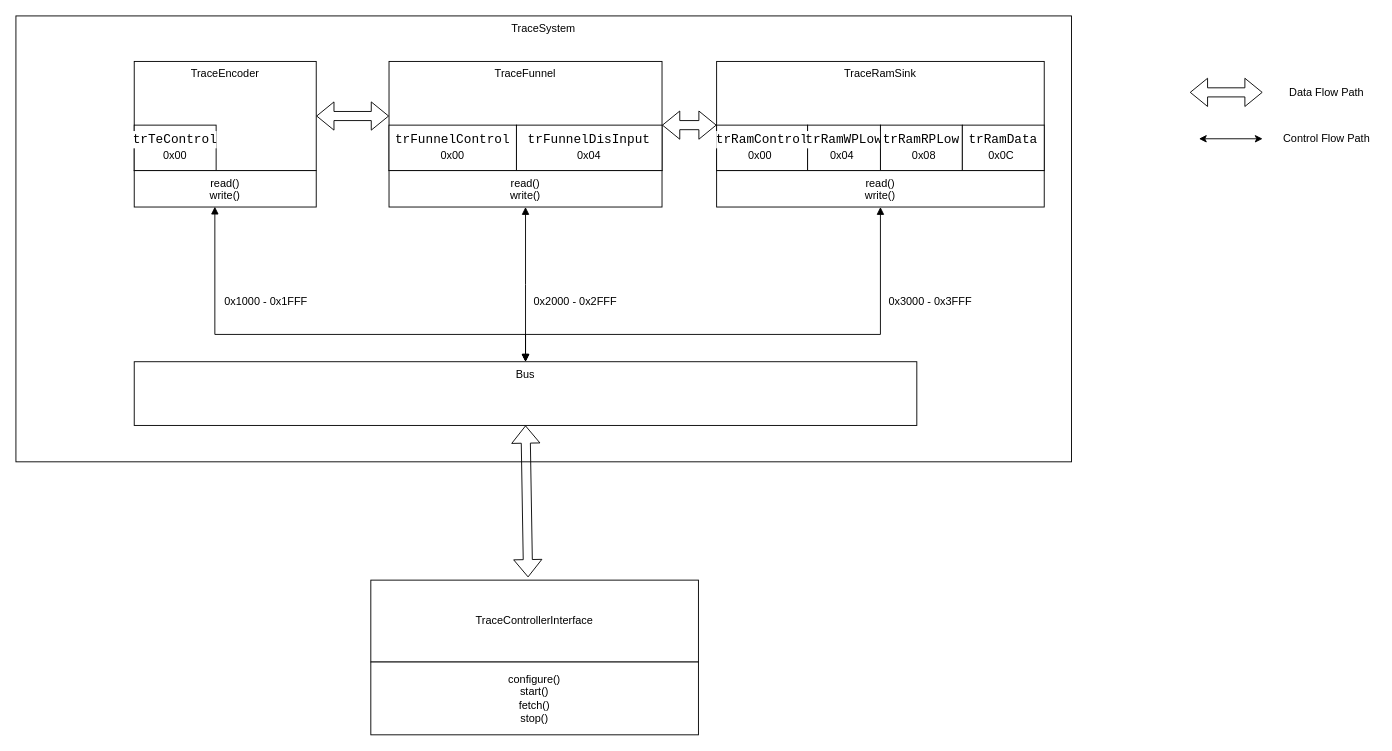
The draw.io diagram riscv_tci_block_diagram.drawio in deepakravibabu/riscv_trace_control_interface, before the edit. Source tidied: cells renumbered, new cells numbered last; positions are measured from the earlier drawing's top-left corner, leaving out a move shared by most shapes. Both pictures are drawn from the tidied source at 91%, with x=0, y=0 at pixel (15, 15).
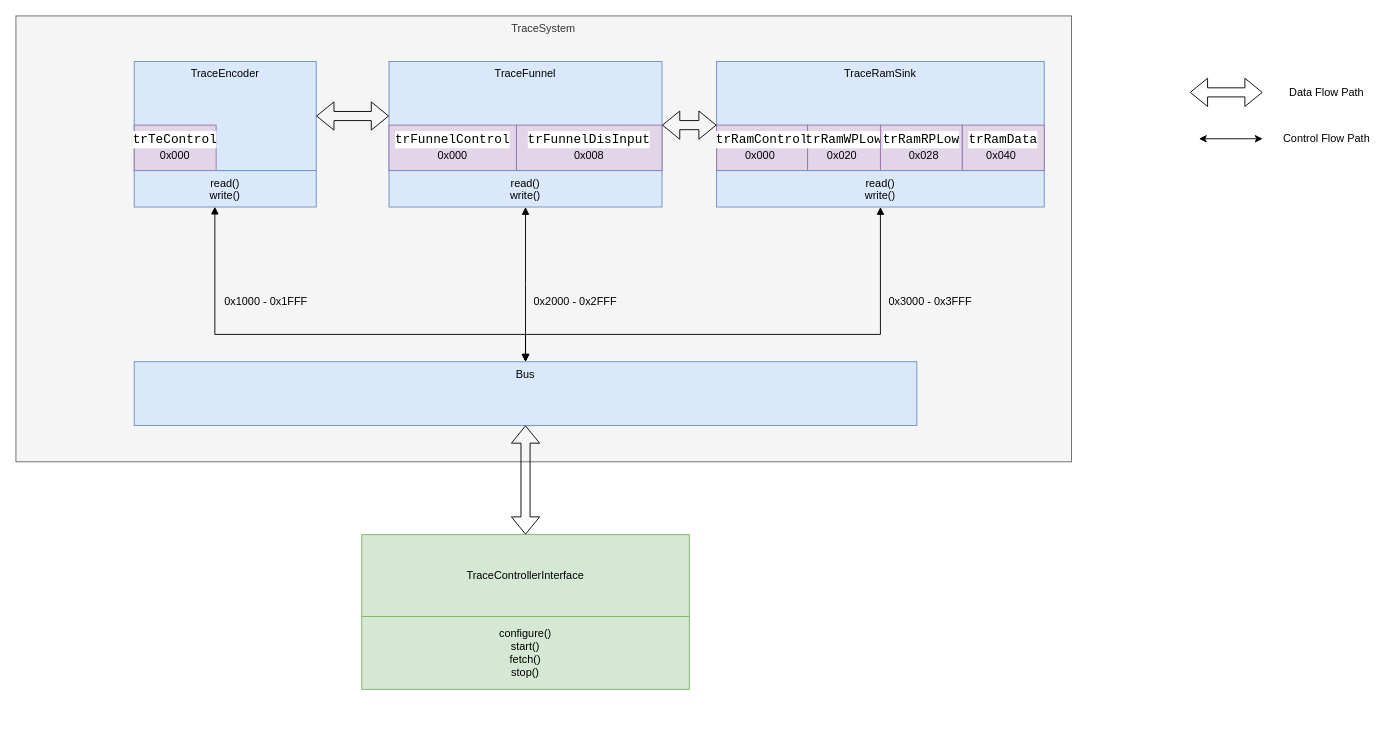
Above is the later version.

Change to the diagram source:
```diff
@@
-    <mxCell id="2" value="TraceSystem" style="rounded=0;whiteSpace=wrap;html=1;align=center;verticalAlign=top;" parent="1" vertex="1">
+    <mxCell id="2" value="TraceSystem" style="rounded=0;whiteSpace=wrap;html=1;align=center;verticalAlign=top;fillColor=#f5f5f5;strokeColor=#666666;fontColor=#333333;" parent="1" vertex="1">
       <mxGeometry width="1160" height="490" as="geometry" />
     </mxCell>
-    <mxCell id="3" value="TraceEncoder" style="rounded=0;whiteSpace=wrap;html=1;verticalAlign=top;" parent="1" vertex="1">
+    <mxCell id="3" value="TraceEncoder" style="rounded=0;whiteSpace=wrap;html=1;verticalAlign=top;fillColor=#dae8fc;strokeColor=#6c8ebf;" parent="1" vertex="1">
       <mxGeometry x="130" y="50" width="200" height="120" as="geometry" />
     </mxCell>
-    <mxCell id="4" value="&lt;div style=&quot;background-color: rgb(255, 255, 255); font-family: Consolas, &amp;quot;Courier New&amp;quot;, monospace; font-size: 14px; line-height: 19px;&quot;&gt;trTeControl&lt;/div&gt;" style="rounded=0;whiteSpace=wrap;html=1;verticalAlign=top;" parent="1" vertex="1">
+    <mxCell id="4" value="&lt;div style=&quot;background-color: rgb(255, 255, 255); font-family: Consolas, &amp;quot;Courier New&amp;quot;, monospace; font-size: 14px; line-height: 19px;&quot;&gt;trTeControl&lt;/div&gt;" style="rounded=0;whiteSpace=wrap;html=1;verticalAlign=top;fillColor=#e1d5e7;strokeColor=#9673a6;" parent="1" vertex="1">
       <mxGeometry x="130" y="120" width="90" height="50" as="geometry" />
     </mxCell>
-    <mxCell id="5" value="TraceFunnel" style="rounded=0;whiteSpace=wrap;html=1;verticalAlign=top;" parent="1" vertex="1">
+    <mxCell id="5" value="TraceFunnel" style="rounded=0;whiteSpace=wrap;html=1;verticalAlign=top;fillColor=#dae8fc;strokeColor=#6c8ebf;" parent="1" vertex="1">
       <mxGeometry x="410" y="50" width="300" height="120" as="geometry" />
     </mxCell>
-    <mxCell id="6" value="&lt;div style=&quot;background-color: rgb(255, 255, 255); font-family: Consolas, &amp;quot;Courier New&amp;quot;, monospace; font-size: 14px; line-height: 19px;&quot;&gt;&lt;div style=&quot;line-height: 19px;&quot;&gt;trFunnelControl&lt;/div&gt;&lt;/div&gt;" style="rounded=0;whiteSpace=wrap;html=1;verticalAlign=top;" parent="1" vertex="1">
+    <mxCell id="6" value="&lt;div style=&quot;background-color: rgb(255, 255, 255); font-family: Consolas, &amp;quot;Courier New&amp;quot;, monospace; font-size: 14px; line-height: 19px;&quot;&gt;&lt;div style=&quot;line-height: 19px;&quot;&gt;trFunnelControl&lt;/div&gt;&lt;/div&gt;" style="rounded=0;whiteSpace=wrap;html=1;verticalAlign=top;fillColor=#e1d5e7;strokeColor=#9673a6;" parent="1" vertex="1">
       <mxGeometry x="410" y="120" width="140" height="50" as="geometry" />
     </mxCell>
-    <mxCell id="7" value="&lt;div style=&quot;background-color: rgb(255, 255, 255); font-family: Consolas, &amp;quot;Courier New&amp;quot;, monospace; font-size: 14px; line-height: 19px;&quot;&gt;&lt;div style=&quot;line-height: 19px;&quot;&gt;&lt;span style=&quot;text-align: left;&quot;&gt;trFunnelDisInput&lt;/span&gt;&lt;br&gt;&lt;/div&gt;&lt;/div&gt;" style="rounded=0;whiteSpace=wrap;html=1;verticalAlign=top;" parent="1" vertex="1">
+    <mxCell id="7" value="&lt;div style=&quot;background-color: rgb(255, 255, 255); font-family: Consolas, &amp;quot;Courier New&amp;quot;, monospace; font-size: 14px; line-height: 19px;&quot;&gt;&lt;div style=&quot;line-height: 19px;&quot;&gt;&lt;span style=&quot;text-align: left;&quot;&gt;trFunnelDisInput&lt;/span&gt;&lt;br&gt;&lt;/div&gt;&lt;/div&gt;" style="rounded=0;whiteSpace=wrap;html=1;verticalAlign=top;fillColor=#e1d5e7;strokeColor=#9673a6;" parent="1" vertex="1">
       <mxGeometry x="550" y="120" width="160" height="50" as="geometry" />
     </mxCell>
-    <mxCell id="8" value="TraceRamSink" style="rounded=0;whiteSpace=wrap;html=1;verticalAlign=top;" parent="1" vertex="1">
+    <mxCell id="8" value="TraceRamSink" style="rounded=0;whiteSpace=wrap;html=1;verticalAlign=top;fillColor=#dae8fc;strokeColor=#6c8ebf;" parent="1" vertex="1">
       <mxGeometry x="770" y="50" width="360" height="120" as="geometry" />
     </mxCell>
-    <mxCell id="9" value="&lt;div style=&quot;background-color: rgb(255, 255, 255); font-family: Consolas, &amp;quot;Courier New&amp;quot;, monospace; font-size: 14px; line-height: 19px;&quot;&gt;&lt;div style=&quot;line-height: 19px;&quot;&gt;&lt;div style=&quot;line-height: 19px;&quot;&gt;trRamControl&lt;/div&gt;&lt;/div&gt;&lt;/div&gt;" style="rounded=0;whiteSpace=wrap;html=1;verticalAlign=top;" parent="1" vertex="1">
+    <mxCell id="9" value="&lt;div style=&quot;background-color: rgb(255, 255, 255); font-family: Consolas, &amp;quot;Courier New&amp;quot;, monospace; font-size: 14px; line-height: 19px;&quot;&gt;&lt;div style=&quot;line-height: 19px;&quot;&gt;&lt;div style=&quot;line-height: 19px;&quot;&gt;trRamControl&lt;/div&gt;&lt;/div&gt;&lt;/div&gt;" style="rounded=0;whiteSpace=wrap;html=1;verticalAlign=top;fillColor=#e1d5e7;strokeColor=#9673a6;" parent="1" vertex="1">
       <mxGeometry x="770" y="120" width="100" height="50" as="geometry" />
     </mxCell>
-    <mxCell id="10" value="&lt;div style=&quot;background-color: rgb(255, 255, 255); font-family: Consolas, &amp;quot;Courier New&amp;quot;, monospace; font-size: 14px; line-height: 19px;&quot;&gt;&lt;div style=&quot;line-height: 19px;&quot;&gt;&lt;div style=&quot;line-height: 19px;&quot;&gt;trRamWPLow&lt;/div&gt;&lt;/div&gt;&lt;/div&gt;" style="rounded=0;whiteSpace=wrap;html=1;verticalAlign=top;" parent="1" vertex="1">
+    <mxCell id="10" value="&lt;div style=&quot;background-color: rgb(255, 255, 255); font-family: Consolas, &amp;quot;Courier New&amp;quot;, monospace; font-size: 14px; line-height: 19px;&quot;&gt;&lt;div style=&quot;line-height: 19px;&quot;&gt;&lt;div style=&quot;line-height: 19px;&quot;&gt;trRamWPLow&lt;/div&gt;&lt;/div&gt;&lt;/div&gt;" style="rounded=0;whiteSpace=wrap;html=1;verticalAlign=top;fillColor=#e1d5e7;strokeColor=#9673a6;" parent="1" vertex="1">
       <mxGeometry x="870" y="120" width="80" height="50" as="geometry" />
     </mxCell>
-    <mxCell id="11" value="&lt;div style=&quot;background-color: rgb(255, 255, 255); font-family: Consolas, &amp;quot;Courier New&amp;quot;, monospace; font-size: 14px; line-height: 19px;&quot;&gt;&lt;div style=&quot;line-height: 19px;&quot;&gt;&lt;div style=&quot;line-height: 19px;&quot;&gt;&lt;div style=&quot;line-height: 19px;&quot;&gt;trRamRPLow&lt;/div&gt;&lt;/div&gt;&lt;/div&gt;&lt;/div&gt;" style="rounded=0;whiteSpace=wrap;html=1;verticalAlign=top;" parent="1" vertex="1">
+    <mxCell id="11" value="&lt;div style=&quot;background-color: rgb(255, 255, 255); font-family: Consolas, &amp;quot;Courier New&amp;quot;, monospace; font-size: 14px; line-height: 19px;&quot;&gt;&lt;div style=&quot;line-height: 19px;&quot;&gt;&lt;div style=&quot;line-height: 19px;&quot;&gt;&lt;div style=&quot;line-height: 19px;&quot;&gt;trRamRPLow&lt;/div&gt;&lt;/div&gt;&lt;/div&gt;&lt;/div&gt;" style="rounded=0;whiteSpace=wrap;html=1;verticalAlign=top;fillColor=#e1d5e7;strokeColor=#9673a6;" parent="1" vertex="1">
       <mxGeometry x="950" y="120" width="90" height="50" as="geometry" />
     </mxCell>
-    <mxCell id="12" value="&lt;div style=&quot;background-color: rgb(255, 255, 255); font-family: Consolas, &amp;quot;Courier New&amp;quot;, monospace; font-size: 14px; line-height: 19px;&quot;&gt;&lt;div style=&quot;line-height: 19px;&quot;&gt;&lt;div style=&quot;line-height: 19px;&quot;&gt;&lt;div style=&quot;line-height: 19px;&quot;&gt;&lt;div style=&quot;line-height: 19px;&quot;&gt;trRamData&lt;/div&gt;&lt;/div&gt;&lt;/div&gt;&lt;/div&gt;&lt;/div&gt;" style="rounded=0;whiteSpace=wrap;html=1;verticalAlign=top;" parent="1" vertex="1">
+    <mxCell id="12" value="&lt;div style=&quot;background-color: rgb(255, 255, 255); font-family: Consolas, &amp;quot;Courier New&amp;quot;, monospace; font-size: 14px; line-height: 19px;&quot;&gt;&lt;div style=&quot;line-height: 19px;&quot;&gt;&lt;div style=&quot;line-height: 19px;&quot;&gt;&lt;div style=&quot;line-height: 19px;&quot;&gt;&lt;div style=&quot;line-height: 19px;&quot;&gt;trRamData&lt;/div&gt;&lt;/div&gt;&lt;/div&gt;&lt;/div&gt;&lt;/div&gt;" style="rounded=0;whiteSpace=wrap;html=1;verticalAlign=top;fillColor=#e1d5e7;strokeColor=#9673a6;" parent="1" vertex="1">
       <mxGeometry x="1040" y="120" width="90" height="50" as="geometry" />
     </mxCell>
-    <mxCell id="13" value="Bus" style="rounded=0;whiteSpace=wrap;html=1;verticalAlign=top;" parent="1" vertex="1">
+    <mxCell id="13" value="Bus" style="rounded=0;whiteSpace=wrap;html=1;verticalAlign=top;fillColor=#dae8fc;strokeColor=#6c8ebf;" parent="1" vertex="1">
       <mxGeometry x="130" y="380" width="860" height="70" as="geometry" />
     </mxCell>
@@
-    <mxCell id="17" value="0x00" style="text;html=1;strokeColor=none;fillColor=none;align=center;verticalAlign=top;whiteSpace=wrap;rounded=0;" parent="1" vertex="1">
+    <mxCell id="17" value="0x000" style="text;html=1;strokeColor=none;fillColor=none;align=center;verticalAlign=top;whiteSpace=wrap;rounded=0;" parent="1" vertex="1">
       <mxGeometry x="145" y="140" width="60" height="30" as="geometry" />
     </mxCell>
-    <mxCell id="18" value="0x00" style="text;html=1;strokeColor=none;fillColor=none;align=center;verticalAlign=top;whiteSpace=wrap;rounded=0;" parent="1" vertex="1">
+    <mxCell id="18" value="0x000" style="text;html=1;strokeColor=none;fillColor=none;align=center;verticalAlign=top;whiteSpace=wrap;rounded=0;" parent="1" vertex="1">
       <mxGeometry x="450" y="140" width="60" height="30" as="geometry" />
     </mxCell>
-    <mxCell id="19" value="0x04" style="text;html=1;strokeColor=none;fillColor=none;align=center;verticalAlign=top;whiteSpace=wrap;rounded=0;" parent="1" vertex="1">
+    <mxCell id="19" value="0x008" style="text;html=1;strokeColor=none;fillColor=none;align=center;verticalAlign=top;whiteSpace=wrap;rounded=0;" parent="1" vertex="1">
       <mxGeometry x="600" y="140" width="60" height="30" as="geometry" />
     </mxCell>
-    <mxCell id="20" value="0x00" style="text;html=1;strokeColor=none;fillColor=none;align=center;verticalAlign=top;whiteSpace=wrap;rounded=0;" parent="1" vertex="1">
+    <mxCell id="20" value="0x000" style="text;html=1;strokeColor=none;fillColor=none;align=center;verticalAlign=top;whiteSpace=wrap;rounded=0;" parent="1" vertex="1">
       <mxGeometry x="787.5" y="140" width="60" height="30" as="geometry" />
     </mxCell>
-    <mxCell id="21" value="0x04" style="text;html=1;strokeColor=none;fillColor=none;align=center;verticalAlign=top;whiteSpace=wrap;rounded=0;" parent="1" vertex="1">
+    <mxCell id="21" value="0x020" style="text;html=1;strokeColor=none;fillColor=none;align=center;verticalAlign=top;whiteSpace=wrap;rounded=0;" parent="1" vertex="1">
       <mxGeometry x="877.5" y="140" width="60" height="30" as="geometry" />
     </mxCell>
-    <mxCell id="22" value="0x08" style="text;html=1;strokeColor=none;fillColor=none;align=center;verticalAlign=top;whiteSpace=wrap;rounded=0;" parent="1" vertex="1">
+    <mxCell id="22" value="0x028" style="text;html=1;strokeColor=none;fillColor=none;align=center;verticalAlign=top;whiteSpace=wrap;rounded=0;" parent="1" vertex="1">
       <mxGeometry x="967.5" y="140" width="60" height="30" as="geometry" />
     </mxCell>
-    <mxCell id="23" value="0x0C" style="text;html=1;strokeColor=none;fillColor=none;align=center;verticalAlign=top;whiteSpace=wrap;rounded=0;" parent="1" vertex="1">
+    <mxCell id="23" value="0x040" style="text;html=1;strokeColor=none;fillColor=none;align=center;verticalAlign=top;whiteSpace=wrap;rounded=0;" parent="1" vertex="1">
       <mxGeometry x="1052.5" y="140" width="60" height="30" as="geometry" />
     </mxCell>
@@
-    <mxCell id="27" value="read()&lt;br&gt;write()" style="rounded=0;whiteSpace=wrap;html=1;verticalAlign=top;" parent="1" vertex="1">
+    <mxCell id="27" value="read()&lt;br&gt;write()" style="rounded=0;whiteSpace=wrap;html=1;verticalAlign=top;fillColor=#dae8fc;strokeColor=#6c8ebf;" parent="1" vertex="1">
       <mxGeometry x="130" y="170" width="200" height="40" as="geometry" />
     </mxCell>
-    <mxCell id="28" value="read()&lt;br&gt;write()" style="rounded=0;whiteSpace=wrap;html=1;verticalAlign=top;" parent="1" vertex="1">
+    <mxCell id="28" value="read()&lt;br&gt;write()" style="rounded=0;whiteSpace=wrap;html=1;verticalAlign=top;fillColor=#dae8fc;strokeColor=#6c8ebf;" parent="1" vertex="1">
       <mxGeometry x="410" y="170" width="300" height="40" as="geometry" />
     </mxCell>
-    <mxCell id="29" value="read()&lt;br&gt;write()" style="rounded=0;whiteSpace=wrap;html=1;verticalAlign=top;" parent="1" vertex="1">
+    <mxCell id="29" value="read()&lt;br&gt;write()" style="rounded=0;whiteSpace=wrap;html=1;verticalAlign=top;fillColor=#dae8fc;strokeColor=#6c8ebf;" parent="1" vertex="1">
       <mxGeometry x="770" y="170" width="360" height="40" as="geometry" />
     </mxCell>
@@
-    <mxCell id="36" value="TraceControllerInterface" style="rounded=0;whiteSpace=wrap;html=1;" parent="1" vertex="1">
-      <mxGeometry x="390" y="620" width="360" height="90" as="geometry" />
+    <mxCell id="36" value="TraceControllerInterface" style="rounded=0;whiteSpace=wrap;html=1;fillColor=#d5e8d4;strokeColor=#82b366;" parent="1" vertex="1">
+      <mxGeometry x="380" y="570" width="360" height="90" as="geometry" />
     </mxCell>
-    <mxCell id="37" style="shape=flexArrow;endArrow=classic;startArrow=classic;html=1;rounded=0;elbow=vertical;entryX=0.48;entryY=-0.034;entryDx=0;entryDy=0;entryPerimeter=0;exitX=0.5;exitY=1;exitDx=0;exitDy=0;" parent="1" edge="1" source="13" target="36">
+    <mxCell id="37" style="shape=flexArrow;endArrow=classic;startArrow=classic;html=1;rounded=0;elbow=vertical;entryX=0.5;entryY=0;entryDx=0;entryDy=0;exitX=0.5;exitY=1;exitDx=0;exitDy=0;" parent="1" edge="1" source="13" target="36">
       <mxGeometry relative="1" as="geometry" />
     </mxCell>
-    <mxCell id="38" value="configure()&lt;br&gt;start()&lt;br&gt;fetch()&lt;br&gt;stop()" style="rounded=0;whiteSpace=wrap;html=1;" parent="1" vertex="1">
-      <mxGeometry x="390" y="710" width="360" height="80" as="geometry" />
+    <mxCell id="38" value="configure()&lt;br&gt;start()&lt;br&gt;fetch()&lt;br&gt;stop()" style="rounded=0;whiteSpace=wrap;html=1;fillColor=#d5e8d4;strokeColor=#82b366;" parent="1" vertex="1">
+      <mxGeometry x="380" y="660" width="360" height="80" as="geometry" />
     </mxCell>
```
